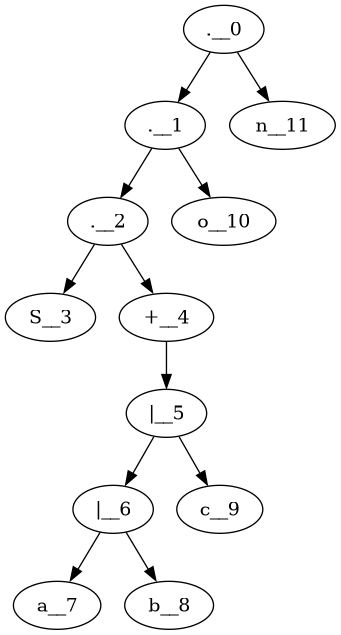
Above: arbre_syntaxique.png in Daniel-Sima/Clone-of-the-egrep-UNIX-command (Graphviz), before the change. Its source is kept beside it as arbre_syntaxique.dot.
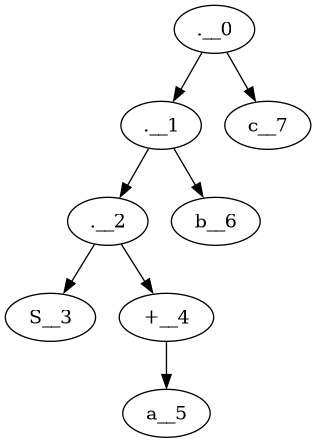
After the commit.

What changed in the source:
```diff
@@ -3,11 +3,7 @@
 	".__1"->".__2"
 	".__2"->S__3
 	".__2"->"+__4"
-	"+__4"->"|__5"
-	"|__5"->"|__6"
-	"|__6"->a__7
-	"|__6"->b__8
-	"|__5"->c__9
-	".__1"->o__10
-	".__0"->n__11
+	"+__4"->a__5
+	".__1"->b__6
+	".__0"->c__7
 }
```
